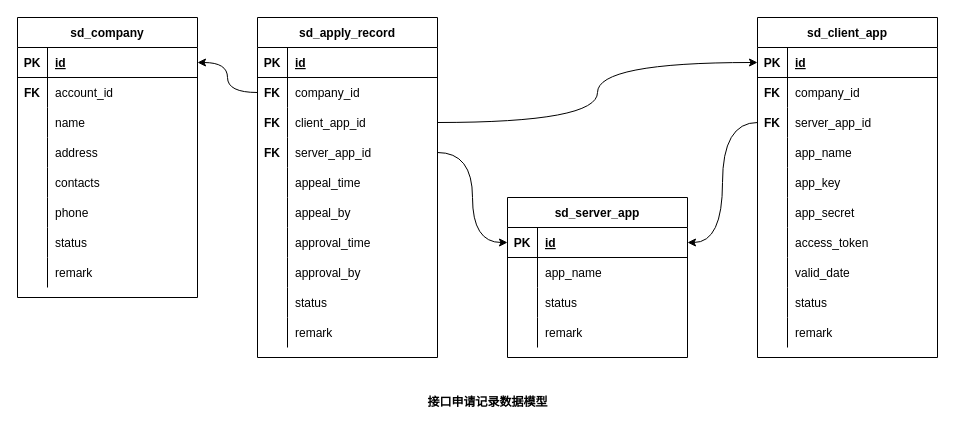
This is page "20220929151245" (5 of 7) of src/main/work/wyjz/design/service/directory/db_design_20220930.drawio from ab-doc/draw.io, a draw.io file, before an edit. Source tidied: cells renumbered, new cells numbered last; positions are measured from the earlier drawing's top-left corner, leaving out a move shared by most shapes. Both pictures are drawn from the tidied source at 100%, with x=0, y=0 at pixel (17, 17).
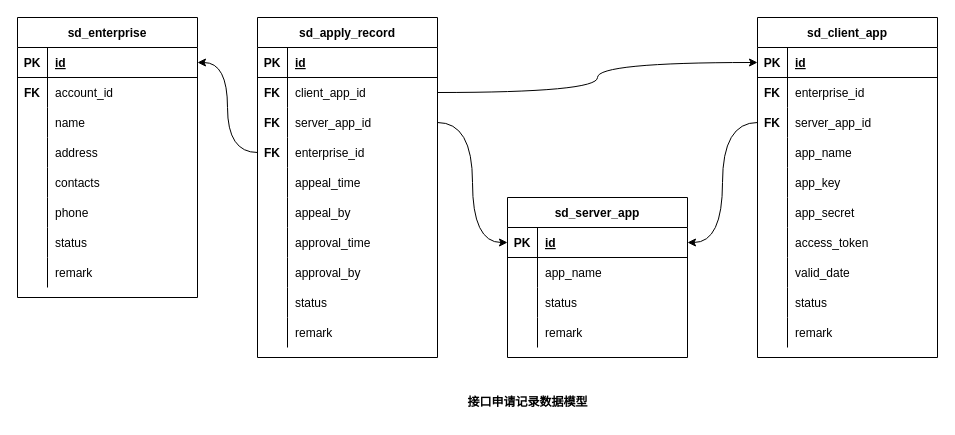
Above is the later version.

Unchanged cells that the change refers to:
```xml
<mxCell id="5" value="sd_apply_record" style="shape=table;startSize=30;childLayout=tableLayout;rowLines=0;fontStyle=1;align=center;" parent="1" vertex="1">
  <mxGeometry x="240" width="180" height="340" as="geometry" />
</mxCell>
<mxCell id="80" style="shape=tableRow;horizontal=0;startSize=0;swimlaneHead=0;swimlaneBody=0;fillColor=none;top=0;left=0;right=0;bottom=0;" parent="76" vertex="1">
  <mxGeometry y="60" width="180" height="30" as="geometry" />
</mxCell>
```

Change to the diagram source:
```diff
@@
-    <mxCell id="9" style="shape=tableRow;horizontal=0;startSize=0;swimlaneHead=0;swimlaneBody=0;fillColor=none;points=[[0,0.5],[1,0.5]];portConstraint=eastwest;top=0;left=0;right=0;bottom=0;" parent="5" vertex="1">
-      <mxGeometry y="60" width="180" height="30" as="geometry" />
-    </mxCell>
-    <mxCell id="10" value="FK" style="shape=partialRectangle;fillColor=none;top=0;left=0;bottom=0;right=0;overflow=hidden;fontStyle=1;" parent="9" vertex="1">
-      <mxGeometry width="30" height="30" as="geometry" />
-    </mxCell>
-    <mxCell id="11" value="company_id" style="shape=partialRectangle;fillColor=none;top=0;left=0;bottom=0;right=0;align=left;spacingLeft=6;overflow=hidden;" parent="9" vertex="1">
-      <mxGeometry x="30" width="150" height="30" as="geometry" />
-    </mxCell>
     <mxCell id="12" style="shape=tableRow;horizontal=0;startSize=0;swimlaneHead=0;swimlaneBody=0;fillColor=none;points=[[0,0.5],[1,0.5]];portConstraint=eastwest;top=0;left=0;right=0;bottom=0;" parent="5" vertex="1">
-      <mxGeometry y="90" width="180" height="30" as="geometry" />
+      <mxGeometry y="60" width="180" height="30" as="geometry" />
     </mxCell>
@@
     <mxCell id="15" style="shape=tableRow;horizontal=0;startSize=0;swimlaneHead=0;swimlaneBody=0;fillColor=none;points=[[0,0.5],[1,0.5]];portConstraint=eastwest;top=0;left=0;right=0;bottom=0;" parent="5" vertex="1">
-      <mxGeometry y="120" width="180" height="30" as="geometry" />
+      <mxGeometry y="90" width="180" height="30" as="geometry" />
     </mxCell>
@@
+    <mxCell id="9" style="shape=tableRow;horizontal=0;startSize=0;swimlaneHead=0;swimlaneBody=0;fillColor=none;points=[[0,0.5],[1,0.5]];portConstraint=eastwest;top=0;left=0;right=0;bottom=0;" parent="5" vertex="1">
+      <mxGeometry y="120" width="180" height="30" as="geometry" />
+    </mxCell>
+    <mxCell id="10" value="FK" style="shape=partialRectangle;fillColor=none;top=0;left=0;bottom=0;right=0;overflow=hidden;fontStyle=1;" parent="9" vertex="1">
+      <mxGeometry width="30" height="30" as="geometry" />
+    </mxCell>
+    <mxCell id="11" value="enterprise_id" style="shape=partialRectangle;fillColor=none;top=0;left=0;bottom=0;right=0;align=left;spacingLeft=6;overflow=hidden;" parent="9" vertex="1">
+      <mxGeometry x="30" width="150" height="30" as="geometry" />
+    </mxCell>
@@
     <mxCell id="36" value="&lt;b&gt;接口申请记录数据模型&lt;/b&gt;" style="text;html=1;align=center;verticalAlign=middle;strokeColor=none;fillColor=none;" parent="1" vertex="1">
-      <mxGeometry x="400" y="370" width="140" height="30" as="geometry" />
+      <mxGeometry x="440" y="370" width="140" height="30" as="geometry" />
     </mxCell>
-    <mxCell id="37" value="sd_company" style="shape=table;startSize=30;childLayout=tableLayout;rowLines=0;fontStyle=1;align=center;sketch=0;" parent="1" vertex="1">
+    <mxCell id="37" value="sd_enterprise" style="shape=table;startSize=30;childLayout=tableLayout;rowLines=0;fontStyle=1;align=center;sketch=0;" parent="1" vertex="1">
       <mxGeometry width="180" height="280" as="geometry" />
     </mxCell>
@@
-    <mxCell id="82" value="company_id" style="shape=partialRectangle;fillColor=none;top=0;left=0;bottom=0;right=0;align=left;spacingLeft=6;overflow=hidden;" parent="80" vertex="1">
+    <mxCell id="82" value="enterprise_id" style="shape=partialRectangle;fillColor=none;top=0;left=0;bottom=0;right=0;align=left;spacingLeft=6;overflow=hidden;" parent="80" vertex="1">
       <mxGeometry x="30" width="150" height="30" as="geometry" />
     </mxCell>
```
